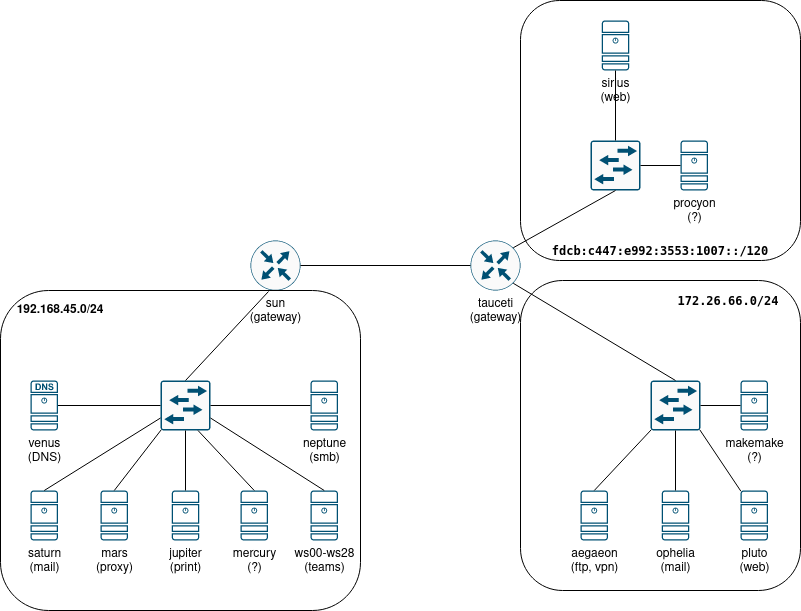
sedadas/SSE20-16 keeps this draw.io diagram as protocol/imgs/sse-netscan.png. Above is the earlier version. Source tidied: cells renumbered, new cells last; positions are measured from the earlier drawing's top-left corner, leaving out a move shared by most shapes.
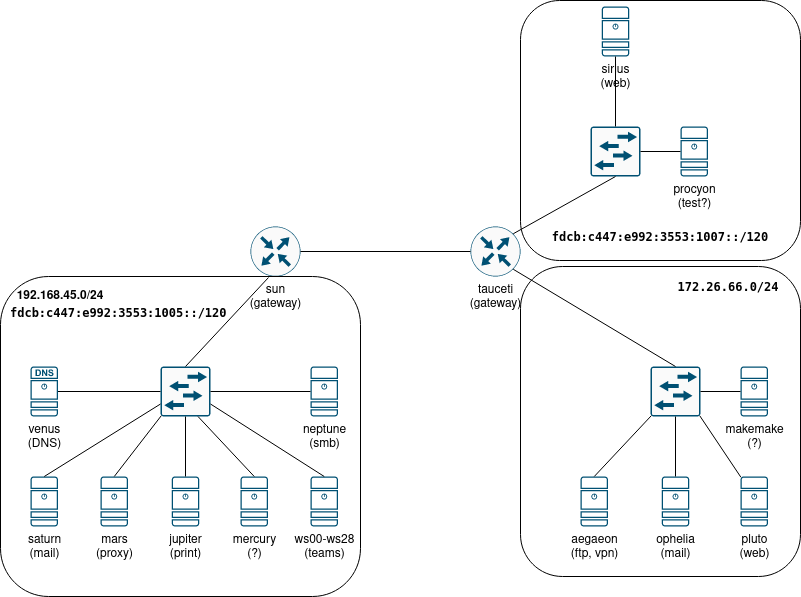
Above is the later version.

Commit message:
Add additional information to the table, improve the diagram

Change to the diagram source:
```diff
@@ -98,7 +98,7 @@
     <mxCell id="33" value="&lt;div&gt;sirius&lt;/div&gt;&lt;div&gt;(web)&lt;br&gt;&lt;/div&gt;" style="points=[[0.015,0.015,0],[0.985,0.015,0],[0.985,0.985,0],[0.015,0.985,0],[0.25,0,0],[0.5,0,0],[0.75,0,0],[1,0.25,0],[1,0.5,0],[1,0.75,0],[0.75,1,0],[0.5,1,0],[0.25,1,0],[0,0.75,0],[0,0.5,0],[0,0.25,0]];verticalLabelPosition=bottom;html=1;verticalAlign=top;align=center;shape=mxgraph.cisco19.server;fillColor=#005073;strokeColor=none;" parent="1" vertex="1">
       <mxGeometry x="601.2" y="20" width="27.5" height="50" as="geometry" />
     </mxCell>
-    <mxCell id="34" value="&lt;div&gt;procyon&lt;/div&gt;&lt;div&gt;(?)&lt;br&gt;&lt;/div&gt;" style="points=[[0.015,0.015,0],[0.985,0.015,0],[0.985,0.985,0],[0.015,0.985,0],[0.25,0,0],[0.5,0,0],[0.75,0,0],[1,0.25,0],[1,0.5,0],[1,0.75,0],[0.75,1,0],[0.5,1,0],[0.25,1,0],[0,0.75,0],[0,0.5,0],[0,0.25,0]];verticalLabelPosition=bottom;html=1;verticalAlign=top;align=center;shape=mxgraph.cisco19.server;fillColor=#005073;strokeColor=none;" parent="1" vertex="1">
+    <mxCell id="34" value="&lt;div&gt;procyon&lt;/div&gt;&lt;div&gt;(test?)&lt;br&gt;&lt;/div&gt;" style="points=[[0.015,0.015,0],[0.985,0.015,0],[0.985,0.985,0],[0.015,0.985,0],[0.25,0,0],[0.5,0,0],[0.75,0,0],[1,0.25,0],[1,0.5,0],[1,0.75,0],[0.75,1,0],[0.5,1,0],[0.25,1,0],[0,0.75,0],[0,0.5,0],[0,0.25,0]];verticalLabelPosition=bottom;html=1;verticalAlign=top;align=center;shape=mxgraph.cisco19.server;fillColor=#005073;strokeColor=none;" parent="1" vertex="1">
       <mxGeometry x="680" y="140" width="27.5" height="50" as="geometry" />
     </mxCell>
     <mxCell id="35" style="endArrow=none;html=1;entryX=0.5;entryY=1;entryDx=0;entryDy=0;entryPerimeter=0;exitX=0.5;exitY=0;exitDx=0;exitDy=0;exitPerimeter=0;" parent="1" edge="1" source="23" target="33">
@@ -114,7 +114,7 @@
       <mxGeometry x="520" y="280" width="280" height="310" as="geometry" />
     </mxCell>
     <mxCell id="39" style="rounded=1;whiteSpace=wrap;html=1;fillColor=none;" parent="1" vertex="1">
-      <mxGeometry x="520" width="280" height="260" as="geometry" />
+      <mxGeometry x="520" y="14" width="280" height="260" as="geometry" />
     </mxCell>
     <mxCell id="40" value="&lt;b&gt;192.168.45.0/24&lt;/b&gt;" style="text;html=1;strokeColor=none;fillColor=none;align=center;verticalAlign=middle;whiteSpace=wrap;rounded=0;" parent="1" vertex="1">
       <mxGeometry x="40" y="300" width="40" height="20" as="geometry" />
@@ -125,5 +125,8 @@
     <mxCell id="42" value="&lt;div style=&quot;font-family: &amp;#34;droid sans mono&amp;#34; , &amp;#34;monospace&amp;#34; , monospace , &amp;#34;droid sans fallback&amp;#34; ; line-height: 19px&quot;&gt;&lt;div&gt;&lt;font style=&quot;font-size: 12px&quot;&gt;&lt;b&gt;&lt;span style=&quot;background-color: rgb(255 , 255 , 255)&quot;&gt;172.26.66.0/24&lt;/span&gt;&lt;/b&gt;&lt;/font&gt;&lt;/div&gt;&lt;/div&gt;" style="text;html=1;strokeColor=none;fillColor=none;align=center;verticalAlign=middle;whiteSpace=wrap;rounded=0;" parent="1" vertex="1">
       <mxGeometry x="707.5" y="290" width="40" height="20" as="geometry" />
     </mxCell>
+    <mxCell id="43" value="&lt;div style=&quot;font-family: &amp;#34;droid sans mono&amp;#34; , &amp;#34;monospace&amp;#34; , monospace , &amp;#34;droid sans fallback&amp;#34; ; line-height: 19px&quot;&gt;&lt;div&gt;&lt;font style=&quot;font-size: 12px&quot;&gt;&lt;b&gt;&lt;span style=&quot;background-color: rgb(255 , 255 , 255)&quot;&gt;fdcb:c447:e992:3553:1005::/120&lt;/span&gt;&lt;/b&gt;&lt;/font&gt;&lt;/div&gt;&lt;/div&gt;" style="text;whiteSpace=wrap;html=1;" parent="1" vertex="1">
+      <mxGeometry x="8" y="310" width="237" height="33" as="geometry" />
+    </mxCell>
   </root>
 </mxGraphModel>
```
